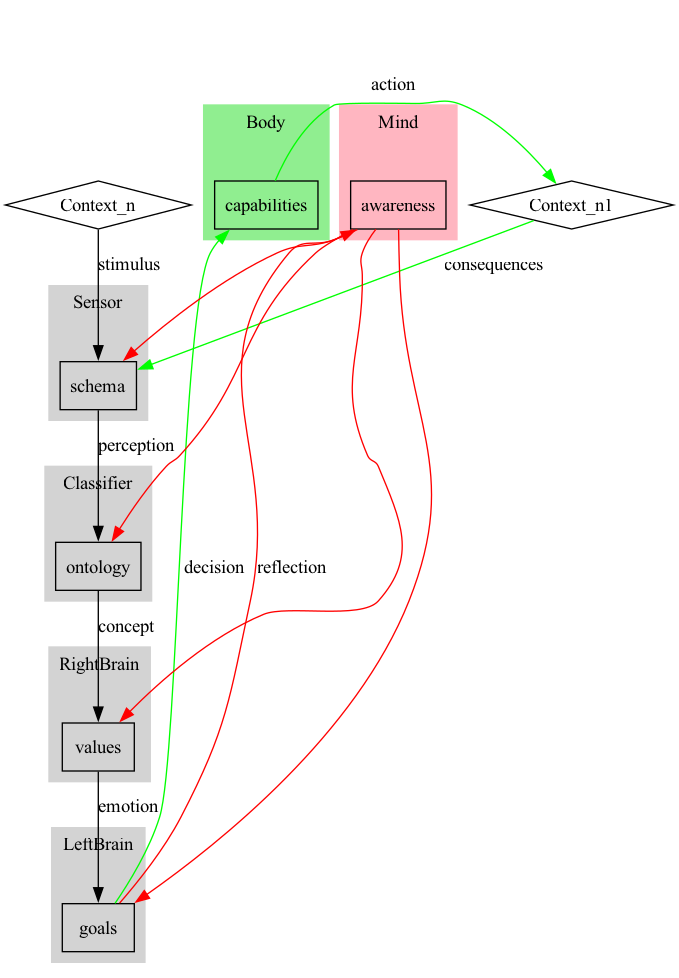
TheSwanFactory/hclang keeps this Graphviz diagram as doc/wisdom.png. Above is the earlier version. Its source is kept beside it as doc/wisdom.DOT.
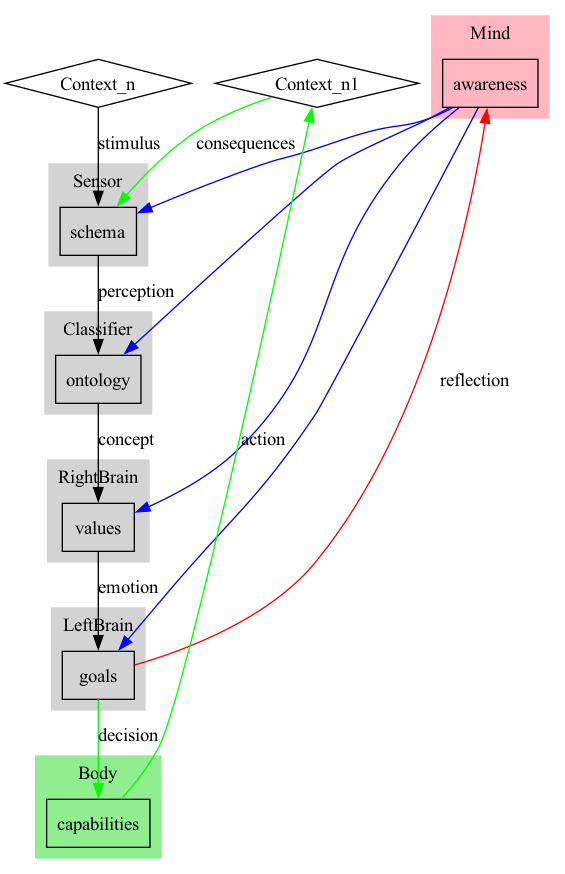
The same file after the commit.

Commit message:
body below

What changed in the source:
```diff
@@ -2,6 +2,13 @@
 
     Context_n [shape="diamond"];
     Context_n1 [shape="diamond"];
+
+    subgraph cluster_Mind {
+        label = "Mind";
+        style = "filled";
+        color = "lightpink";  // Different color for Mind cluster
+        awareness [shape="box"];
+    }
 
     subgraph cluster_Sensor {
         label = "Sensor";
@@ -39,24 +46,18 @@
         capabilities [shape="box"];
     }
 
-    subgraph cluster_Mind {
-        label = "Mind";
-        style = "filled";
-        color = "lightpink";  // Different color for Mind cluster
-        awareness [shape="box"];
-    }
 
     Context_n -> schema [label="stimulus"];
     schema -> ontology [label="perception"];
     ontology -> values [label="concept"];
     values -> goals [label="emotion"];
-    goals -> capabilities [label="decision", color="green", constraint=false];
+    goals -> capabilities [label="decision", color="green"];
     capabilities -> Context_n1 [label="action", color="green", constraint=false];
     Context_n1 -> schema [label="consequences", color="green", constraint=false];
 
     goals -> awareness [label="reflection", color="red", constraint=false];
-    awareness -> schema [color="red", constraint=false];
-    awareness -> ontology [color="red", constraint=false];
-    awareness -> values [color="red", constraint=false];
-    awareness -> goals [color="red", constraint=false];
+    awareness -> schema [color="blue", constraint=false];
+    awareness -> ontology [color="blue", constraint=false];
+    awareness -> values [color="blue", constraint=false];
+    awareness -> goals [color="blue", constraint=false];
 }
```
